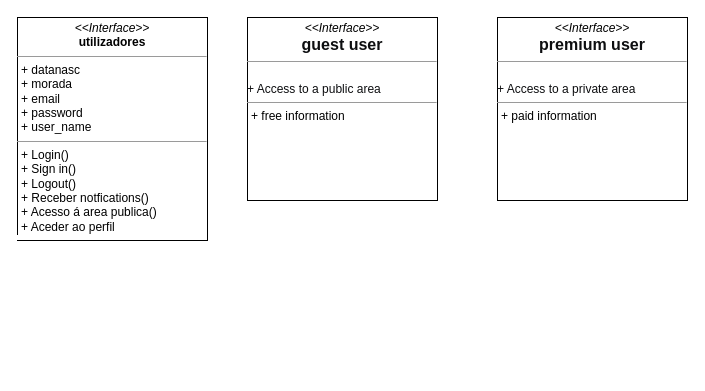
bgabrielma/ES_Project keeps this draw.io diagram as Class_Diagram.drawio. Above is the earlier version. Source tidied: cells renumbered, new cells numbered last; positions are measured from the earlier drawing's top-left corner, leaving out a move shared by most shapes. Both pictures are drawn from the tidied source at 100%, with x=0, y=0 at pixel (17, 17).
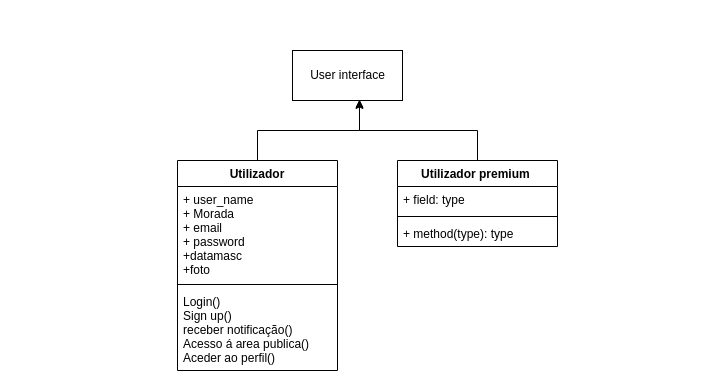
The same diagram, later.

The edit, as a diff of the source:
```diff
@@
 <mxGraphModel>
   <root>
     <mxCell id="0" />
     <mxCell id="1" parent="0" />
-    <mxCell id="2" value="&lt;p style=&quot;margin:0px;margin-top:4px;text-align:center;&quot;&gt;&lt;i&gt;&amp;lt;&amp;lt;Interface&amp;gt;&amp;gt;&lt;/i&gt;&lt;br&gt;&lt;b&gt;utilizadores&lt;/b&gt;&lt;/p&gt;&lt;hr size=&quot;1&quot;&gt;&lt;p style=&quot;margin:0px;margin-left:4px;&quot;&gt;+ datanasc&lt;br&gt;+ morada&lt;/p&gt;&lt;p style=&quot;margin:0px;margin-left:4px;&quot;&gt;+ email&lt;/p&gt;&lt;p style=&quot;margin:0px;margin-left:4px;&quot;&gt;&lt;span style=&quot;background-color: initial;&quot;&gt;+ password&lt;br&gt;&lt;/span&gt;+ user_name&lt;/p&gt;&lt;hr size=&quot;1&quot;&gt;&lt;p style=&quot;margin:0px;margin-left:4px;&quot;&gt;+ Login()&lt;br&gt;+ Sign in()&lt;/p&gt;&lt;p style=&quot;margin:0px;margin-left:4px;&quot;&gt;+ Logout()&lt;/p&gt;&lt;p style=&quot;margin:0px;margin-left:4px;&quot;&gt;+ Receber notfications()&lt;/p&gt;&lt;p style=&quot;margin:0px;margin-left:4px;&quot;&gt;+ Acesso á area publica()&lt;br&gt;+ Aceder ao perfil&lt;/p&gt;&lt;span style=&quot;background-color: rgb(255, 255, 255); color: rgb(220, 221, 222); font-size: 16px;&quot;&gt;&amp;nbsp;&lt;/span&gt;" style="verticalAlign=top;align=left;overflow=fill;fontSize=12;fontFamily=Helvetica;html=1;rounded=0;shadow=0;comic=0;labelBackgroundColor=none;strokeWidth=1;" parent="1" vertex="1">
-      <mxGeometry width="190" height="223" as="geometry" />
-    </mxCell>
-    <mxCell id="3" value="&lt;p style=&quot;margin:0px;margin-top:4px;text-align:center;&quot;&gt;&lt;i&gt;&amp;lt;&amp;lt;Interface&amp;gt;&amp;gt;&lt;/i&gt;&lt;br&gt;&lt;span id=&quot;docs-internal-guid-162300e9-7fff-615d-8241-27b93749e002&quot;&gt;&lt;b&gt;&lt;span style=&quot;font-size: 12pt; font-family: Arial; color: rgb(13, 14, 16); background-color: transparent; font-variant-numeric: normal; font-variant-east-asian: normal; vertical-align: baseline;&quot;&gt;guest &lt;/span&gt;&lt;span style=&quot;font-size: 12pt; color: rgb(13, 14, 16); background-color: transparent; font-variant-numeric: normal; font-variant-east-asian: normal; vertical-align: baseline;&quot;&gt;user&lt;/span&gt;&lt;/b&gt;&lt;/span&gt;&lt;br&gt;&lt;/p&gt;&lt;hr size=&quot;1&quot;&gt;&lt;p style=&quot;margin:0px;margin-left:4px;&quot;&gt;&lt;br&gt;&lt;/p&gt;&lt;span id=&quot;docs-internal-guid-a093aedd-7fff-57dc-1b45-3bb8c17fe3ff&quot;&gt;&lt;span style=&quot;background-color: transparent; font-variant-numeric: normal; font-variant-east-asian: normal; vertical-align: baseline;&quot;&gt;&lt;font style=&quot;font-size: 12px;&quot;&gt;&lt;font color=&quot;#0d0e10&quot;&gt;+ Access to a public area&amp;nbsp;&lt;/font&gt;&lt;/font&gt;&lt;/span&gt;&lt;/span&gt;&lt;hr size=&quot;1&quot;&gt;&lt;p style=&quot;margin:0px;margin-left:4px;&quot;&gt;+ free information&lt;/p&gt;" style="verticalAlign=top;align=left;overflow=fill;fontSize=12;fontFamily=Helvetica;html=1;rounded=0;shadow=0;comic=0;labelBackgroundColor=none;strokeWidth=1;" parent="1" vertex="1">
-      <mxGeometry x="230" width="190" height="183" as="geometry" />
-    </mxCell>
-    <mxCell id="4" value="&lt;p style=&quot;margin:0px;margin-top:4px;text-align:center;&quot;&gt;&lt;i&gt;&amp;lt;&amp;lt;Interface&amp;gt;&amp;gt;&lt;/i&gt;&lt;br&gt;&lt;span id=&quot;docs-internal-guid-162300e9-7fff-615d-8241-27b93749e002&quot;&gt;&lt;b&gt;&lt;span style=&quot;font-size: 12pt; font-family: Arial; color: rgb(13, 14, 16); background-color: transparent; font-variant-numeric: normal; font-variant-east-asian: normal; vertical-align: baseline;&quot;&gt;premium&amp;nbsp;&lt;/span&gt;&lt;span style=&quot;font-size: 12pt; color: rgb(13, 14, 16); background-color: transparent; font-variant-numeric: normal; font-variant-east-asian: normal; vertical-align: baseline;&quot;&gt;user&lt;/span&gt;&lt;/b&gt;&lt;/span&gt;&lt;br&gt;&lt;/p&gt;&lt;hr size=&quot;1&quot;&gt;&lt;p style=&quot;margin:0px;margin-left:4px;&quot;&gt;&lt;br&gt;&lt;/p&gt;&lt;span id=&quot;docs-internal-guid-a093aedd-7fff-57dc-1b45-3bb8c17fe3ff&quot;&gt;&lt;span style=&quot;background-color: transparent; font-variant-numeric: normal; font-variant-east-asian: normal; vertical-align: baseline;&quot;&gt;&lt;font style=&quot;font-size: 12px;&quot;&gt;&lt;font color=&quot;#0d0e10&quot;&gt;+ Access to a private area&amp;nbsp;&lt;/font&gt;&lt;/font&gt;&lt;/span&gt;&lt;/span&gt;&lt;hr size=&quot;1&quot;&gt;&lt;p style=&quot;margin:0px;margin-left:4px;&quot;&gt;+ paid information&lt;/p&gt;" style="verticalAlign=top;align=left;overflow=fill;fontSize=12;fontFamily=Helvetica;html=1;rounded=0;shadow=0;comic=0;labelBackgroundColor=none;strokeWidth=1;" parent="1" vertex="1">
-      <mxGeometry x="480" width="190" height="183" as="geometry" />
-    </mxCell>
+    <mxCell id="5" value="User interface" style="html=1;" parent="1" vertex="1">
+      <mxGeometry x="275" y="33" width="110" height="50" as="geometry" />
+    </mxCell>
+    <mxCell id="6" style="edgeStyle=orthogonalEdgeStyle;rounded=0;jettySize=auto;html=1;exitX=0.5;exitY=0;exitDx=0;exitDy=0;entryX=0.609;entryY=0.98;entryDx=0;entryDy=0;entryPerimeter=0;" parent="1" edge="1" source="7" target="5">
+      <mxGeometry relative="1" as="geometry" />
+    </mxCell>
+    <mxCell id="7" value="Utilizador" style="swimlane;fontStyle=1;align=center;verticalAlign=top;horizontal=1;startSize=26;" parent="1" vertex="1">
+      <mxGeometry x="160" y="143" width="160" height="210" as="geometry" />
+    </mxCell>
+    <mxCell id="8" value="+ user_name&#10;+ Morada&#10;+ email&#10;+ password&#10;+datamasc&#10;+foto" style="text;strokeColor=none;fillColor=none;align=left;verticalAlign=top;spacingLeft=4;spacingRight=4;overflow=hidden;" parent="7" vertex="1">
+      <mxGeometry y="26" width="160" height="94" as="geometry" />
+    </mxCell>
+    <mxCell id="9" style="line;strokeWidth=1;fillColor=none;align=left;verticalAlign=middle;spacingTop=-1;spacingLeft=3;spacingRight=3;labelPosition=right;strokeColor=inherit;" parent="7" vertex="1">
+      <mxGeometry y="120" width="160" height="8" as="geometry" />
+    </mxCell>
+    <mxCell id="10" value="Login()&#10;Sign up()&#10;receber notificação()&#10;Acesso á area publica()&#10;Aceder ao perfil()&#10;" style="text;strokeColor=none;fillColor=none;align=left;verticalAlign=top;spacingLeft=4;spacingRight=4;overflow=hidden;" parent="7" vertex="1">
+      <mxGeometry y="128" width="160" height="82" as="geometry" />
+    </mxCell>
+    <mxCell id="11" style="edgeStyle=orthogonalEdgeStyle;rounded=0;jettySize=auto;html=1;exitX=0.5;exitY=0;exitDx=0;exitDy=0;entryX=0.609;entryY=1;entryDx=0;entryDy=0;entryPerimeter=0;" parent="1" edge="1" source="12" target="5">
+      <mxGeometry relative="1" as="geometry" />
+    </mxCell>
+    <mxCell id="12" value="Utilizador premium " style="swimlane;fontStyle=1;align=center;verticalAlign=top;horizontal=1;startSize=26;" parent="1" vertex="1">
+      <mxGeometry x="380" y="143" width="160" height="86" as="geometry" />
+    </mxCell>
+    <mxCell id="13" value="+ field: type" style="text;strokeColor=none;fillColor=none;align=left;verticalAlign=top;spacingLeft=4;spacingRight=4;overflow=hidden;" parent="12" vertex="1">
+      <mxGeometry y="26" width="160" height="26" as="geometry" />
+    </mxCell>
+    <mxCell id="14" style="line;strokeWidth=1;fillColor=none;align=left;verticalAlign=middle;spacingTop=-1;spacingLeft=3;spacingRight=3;labelPosition=right;strokeColor=inherit;" parent="12" vertex="1">
+      <mxGeometry y="52" width="160" height="8" as="geometry" />
+    </mxCell>
+    <mxCell id="15" value="+ method(type): type" style="text;strokeColor=none;fillColor=none;align=left;verticalAlign=top;spacingLeft=4;spacingRight=4;overflow=hidden;" parent="12" vertex="1">
+      <mxGeometry y="60" width="160" height="26" as="geometry" />
+    </mxCell>
   </root>
 </mxGraphModel>
```
